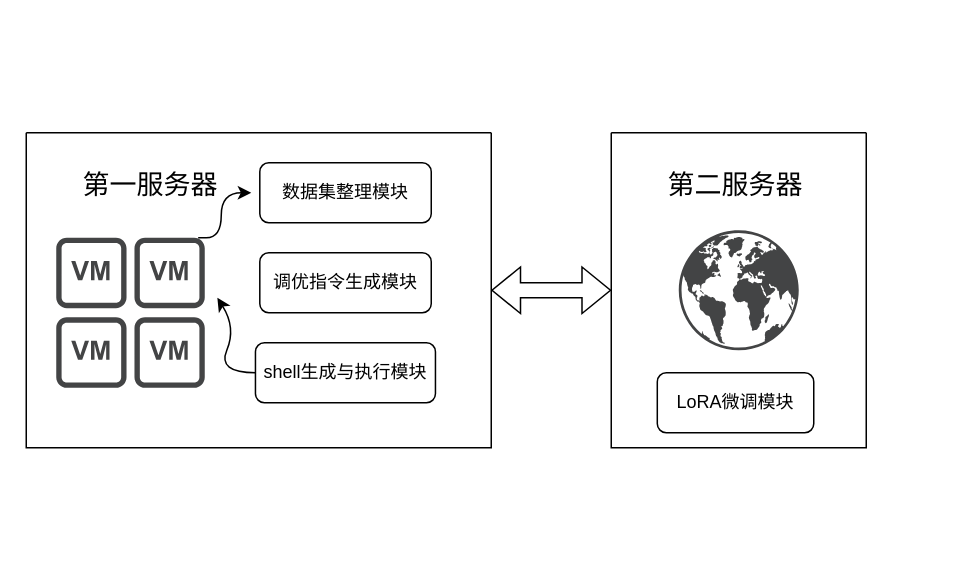
Dong-J93/_pictures keeps this draw.io diagram as page "第 5 页" (5 of 7) of Agent-1.drawio. Above is the earlier version. Source tidied: cells renumbered, new cells numbered last; positions are measured from the earlier drawing's top-left corner, leaving out a move shared by most shapes. Both pictures are drawn from the tidied source at 150%, with x=0, y=0 at pixel (26, 132).
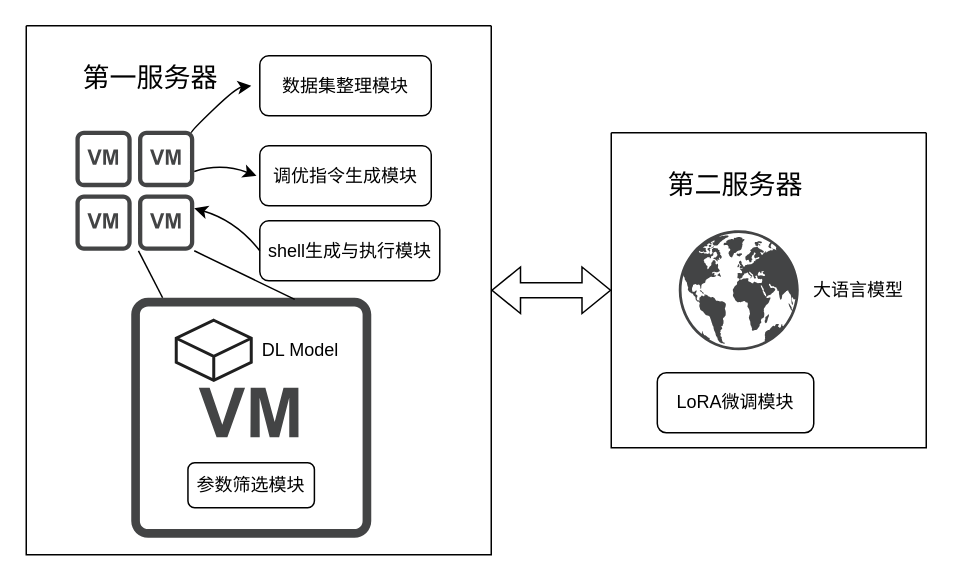
Above is the later version.

The edit, as a diff of the source:
```diff
@@
     <mxCell id="2" style="swimlane;startSize=0;" parent="1" vertex="1">
-      <mxGeometry width="310" height="210" as="geometry" />
+      <mxGeometry y="-71.3" width="310" height="352.6" as="geometry" />
     </mxCell>
@@
     <mxCell id="4" style="sketch=0;shadow=0;dashed=0;html=1;strokeColor=none;fillColor=#434445;labelPosition=center;verticalLabelPosition=bottom;verticalAlign=top;align=center;outlineConnect=0;shape=mxgraph.vvd.vm_group;" parent="2" vertex="1">
-      <mxGeometry x="20" y="70" width="99" height="100" as="geometry" />
+      <mxGeometry x="32.8" y="70" width="79.2" height="80" as="geometry" />
     </mxCell>
@@
     <mxCell id="7" value="shell生成与执行模块" style="rounded=1;whiteSpace=wrap;html=1;" parent="2" vertex="1">
-      <mxGeometry x="152.8" y="140" width="120" height="40" as="geometry" />
+      <mxGeometry x="155.7" y="130" width="120" height="40" as="geometry" />
     </mxCell>
     <mxCell id="8" style="curved=1;endArrow=classic;html=1;rounded=0;" parent="2" edge="1">
       <mxGeometry relative="1" as="geometry">
-        <mxPoint x="120" y="70" as="sourcePoint" />
+        <mxPoint x="110" y="71.3" as="sourcePoint" />
         <mxPoint x="150" y="40" as="targetPoint" />
         <Array as="points">
           <mxPoint x="110" y="70" />
-          <mxPoint x="130" y="70" />
-          <mxPoint x="130" y="40" />
+          <mxPoint x="140" y="41.3" />
         </Array>
       </mxGeometry>
     </mxCell>
-    <mxCell id="9" style="curved=1;endArrow=classic;html=1;rounded=0;exitX=0;exitY=0.5;exitDx=0;exitDy=0;" parent="2" edge="1" source="7">
+    <mxCell id="9" style="curved=1;endArrow=classic;html=1;rounded=0;exitX=0;exitY=0.5;exitDx=0;exitDy=0;" parent="2" edge="1" source="7" target="4">
       <mxGeometry relative="1" as="geometry">
-        <mxPoint x="127.4" y="110" as="targetPoint" />
         <Array as="points">
-          <mxPoint x="127.4" y="160" />
           <mxPoint x="140" y="130" />
         </Array>
       </mxGeometry>
     </mxCell>
+    <mxCell id="15" style="sketch=0;shadow=0;dashed=0;html=1;strokeColor=none;fillColor=#434445;labelPosition=center;verticalLabelPosition=bottom;verticalAlign=top;align=center;outlineConnect=0;shape=mxgraph.vvd.virtual_machine;" parent="2" vertex="1">
+      <mxGeometry x="70" y="181.3" width="160" height="160" as="geometry" />
+    </mxCell>
+    <mxCell id="16" value="参数筛选模块" style="rounded=1;whiteSpace=wrap;html=1;" parent="2" vertex="1">
+      <mxGeometry x="107.8" y="291.3" width="84.3" height="30" as="geometry" />
+    </mxCell>
+    <mxCell id="17" style="html=1;whiteSpace=wrap;shape=isoCube2;backgroundOutline=1;isoAngle=15;strokeWidth=2;strokeColor=#1F1F1F;" parent="2" vertex="1">
+      <mxGeometry x="100" y="196.3" width="50" height="40" as="geometry" />
+    </mxCell>
+    <mxCell id="18" value="DL Model" style="text;html=1;align=center;verticalAlign=middle;whiteSpace=wrap;rounded=0;" parent="2" vertex="1">
+      <mxGeometry x="152.6" y="201.3" width="60" height="30" as="geometry" />
+    </mxCell>
+    <mxCell id="19" style="endArrow=none;html=1;rounded=0;" parent="2" edge="1">
+      <mxGeometry relative="1" as="geometry">
+        <mxPoint x="90.9" y="181.3" as="sourcePoint" />
+        <mxPoint x="74.8" y="150" as="targetPoint" />
+      </mxGeometry>
+    </mxCell>
+    <mxCell id="20" style="endArrow=none;html=1;rounded=0;exitX=0.681;exitY=0.007;exitDx=0;exitDy=0;exitPerimeter=0;" parent="2" edge="1" source="15">
+      <mxGeometry relative="1" as="geometry">
+        <mxPoint x="112" y="150" as="targetPoint" />
+      </mxGeometry>
+    </mxCell>
+    <mxCell id="21" style="curved=1;endArrow=classic;html=1;rounded=0;entryX=0;entryY=0.25;entryDx=0;entryDy=0;" parent="2" edge="1" source="4">
+      <mxGeometry relative="1" as="geometry">
+        <mxPoint x="153.5" y="100" as="targetPoint" />
+        <Array as="points">
+          <mxPoint x="130" y="91.3" />
+        </Array>
+      </mxGeometry>
+    </mxCell>
     <mxCell id="10" style="swimlane;startSize=0;" parent="1" vertex="1">
-      <mxGeometry x="390" width="170" height="210" as="geometry" />
+      <mxGeometry x="390" width="210" height="210" as="geometry" />
     </mxCell>
@@
+    <mxCell id="22" value="大语言模型" style="text;html=1;align=center;verticalAlign=middle;whiteSpace=wrap;rounded=0;" parent="10" vertex="1">
+      <mxGeometry x="110" y="90" width="110" height="30" as="geometry" />
+    </mxCell>
```
